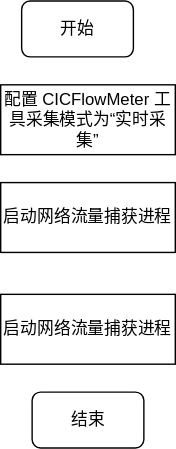
Before: 数据采集模块流程图.svg, a diagram exported from draw.io (hiro942/drawio). Source tidied: cells renumbered, new cells last; positions are measured from the earlier drawing's top-left corner, leaving out a move shared by most shapes.
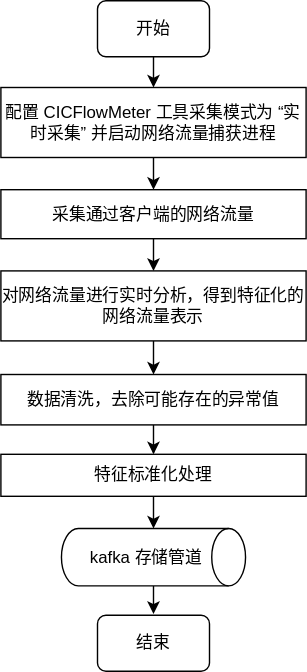
The same diagram one commit later.

Commit message:
更新数据采集模块流程图.svg

What changed in the source:
```diff
@@ -2,20 +2,50 @@
   <root>
     <mxCell id="0" />
     <mxCell id="1" parent="0" />
+    <mxCell id="7" style="edgeStyle=orthogonalEdgeStyle;rounded=0;jettySize=auto;html=1;entryX=0.5;entryY=0;entryDx=0;entryDy=0;" parent="1" edge="1" source="2" target="4">
+      <mxGeometry relative="1" as="geometry" />
+    </mxCell>
     <mxCell id="2" value="开始" style="rounded=1;whiteSpace=wrap;html=1;" parent="1" vertex="1">
-      <mxGeometry x="15" width="80" height="40" as="geometry" />
+      <mxGeometry x="15" y="11" width="80" height="40" as="geometry" />
     </mxCell>
     <mxCell id="3" value="结束" style="rounded=1;whiteSpace=wrap;html=1;" parent="1" vertex="1">
-      <mxGeometry x="22.5" y="280" width="80" height="40" as="geometry" />
+      <mxGeometry x="15" y="450" width="80" height="40" as="geometry" />
     </mxCell>
+    <mxCell id="8" style="edgeStyle=orthogonalEdgeStyle;rounded=0;jettySize=auto;html=1;entryX=0.5;entryY=0;entryDx=0;entryDy=0;" parent="1" edge="1" source="4" target="12">
+      <mxGeometry relative="1" as="geometry" />
+    </mxCell>
-    <mxCell id="4" value="配置 CICFlowMeter 工具采集模式为“实时采集”" style="rounded=0;whiteSpace=wrap;html=1;" parent="1" vertex="1">
-      <mxGeometry y="60" width="125" height="50" as="geometry" />
+    <mxCell id="4" value="配置 CICFlowMeter 工具采集模式为&amp;nbsp;&lt;span style=&quot;background-color: initial;&quot;&gt;“实时采集” 并&lt;/span&gt;启动网络流量捕获进程" style="rounded=0;whiteSpace=wrap;html=1;" parent="1" vertex="1">
+      <mxGeometry x="-54" y="73" width="218" height="50" as="geometry" />
     </mxCell>
-    <mxCell id="5" value="启动网络流量捕获进程" style="rounded=0;whiteSpace=wrap;html=1;" parent="1" vertex="1">
-      <mxGeometry y="130" width="125" height="50" as="geometry" />
-    </mxCell>
-    <mxCell id="6" value="启动网络流量捕获进程" style="rounded=0;whiteSpace=wrap;html=1;" parent="1" vertex="1">
-      <mxGeometry y="210" width="125" height="50" as="geometry" />
-    </mxCell>
+    <mxCell id="9" style="edgeStyle=orthogonalEdgeStyle;rounded=0;jettySize=auto;html=1;entryX=0.5;entryY=0;entryDx=0;entryDy=0;" parent="1" edge="1" source="10" target="3">
+      <mxGeometry relative="1" as="geometry" />
+    </mxCell>
+    <mxCell id="10" value="kafka 存储管道&amp;nbsp; &amp;nbsp;" style="strokeWidth=1;html=1;shape=mxgraph.flowchart.direct_data;whiteSpace=wrap;" parent="1" vertex="1">
+      <mxGeometry x="-10.8" y="388" width="131.5" height="41" as="geometry" />
+    </mxCell>
+    <mxCell id="11" style="edgeStyle=orthogonalEdgeStyle;rounded=0;jettySize=auto;html=1;" parent="1" edge="1" source="12" target="14">
+      <mxGeometry relative="1" as="geometry" />
+    </mxCell>
+    <mxCell id="12" value="采集通过客户端的网络流量" style="rounded=0;whiteSpace=wrap;html=1;" parent="1" vertex="1">
+      <mxGeometry x="-54" y="146" width="218" height="35" as="geometry" />
+    </mxCell>
+    <mxCell id="13" style="edgeStyle=orthogonalEdgeStyle;rounded=0;jettySize=auto;html=1;" parent="1" edge="1" source="14" target="16">
+      <mxGeometry relative="1" as="geometry" />
+    </mxCell>
+    <mxCell id="14" value="对网络流量进行实时分析，得到特征化的网络流量表示" style="rounded=0;whiteSpace=wrap;html=1;" parent="1" vertex="1">
+      <mxGeometry x="-54" y="204" width="218" height="50" as="geometry" />
+    </mxCell>
+    <mxCell id="15" style="edgeStyle=orthogonalEdgeStyle;rounded=0;jettySize=auto;html=1;entryX=0.5;entryY=0;entryDx=0;entryDy=0;" parent="1" edge="1" source="16" target="17">
+      <mxGeometry relative="1" as="geometry" />
+    </mxCell>
+    <mxCell id="16" value="数据清洗，去除可能存在的异常值" style="rounded=0;whiteSpace=wrap;html=1;" parent="1" vertex="1">
+      <mxGeometry x="-54" y="278" width="218" height="36" as="geometry" />
+    </mxCell>
+    <mxCell id="17" value="特征标准化处理" style="rounded=0;whiteSpace=wrap;html=1;" parent="1" vertex="1">
+      <mxGeometry x="-54" y="335" width="218" height="30" as="geometry" />
+    </mxCell>
+    <mxCell id="18" style="edgeStyle=orthogonalEdgeStyle;rounded=0;jettySize=auto;html=1;entryX=0.5;entryY=0;entryDx=0;entryDy=0;entryPerimeter=0;" parent="1" edge="1" source="17" target="10">
+      <mxGeometry relative="1" as="geometry" />
+    </mxCell>
   </root>
 </mxGraphModel>
```
